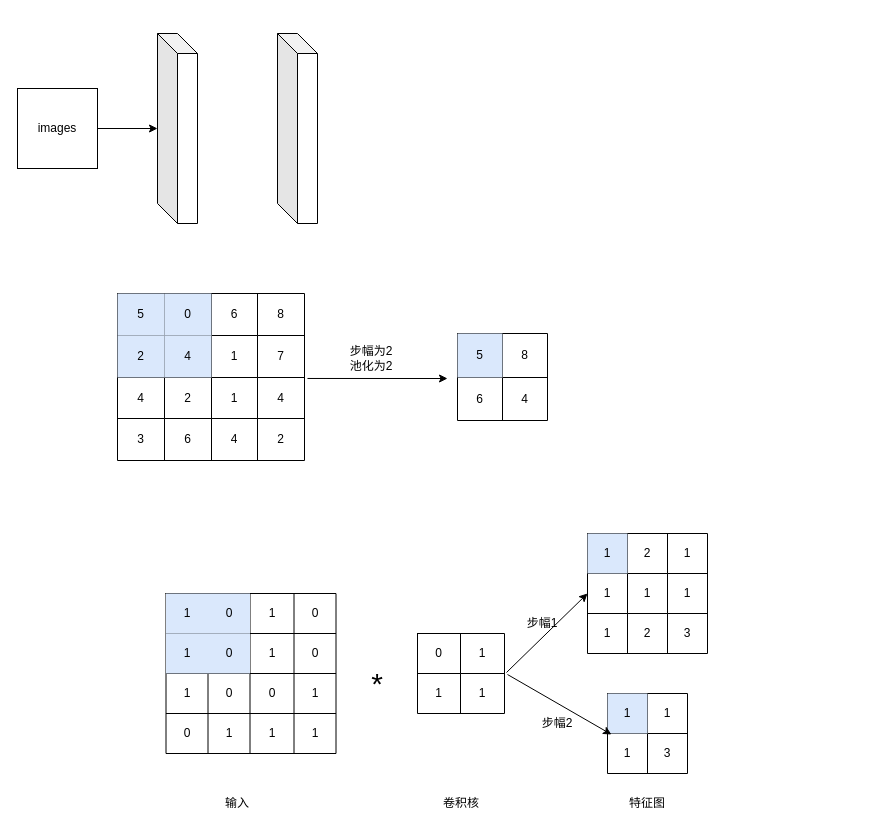
This is CNN.drawio from x-junkang/images, a draw.io file, before an edit. Source tidied: cells renumbered, new cells numbered last; positions are measured from the earlier drawing's top-left corner, leaving out a move shared by most shapes. Both pictures are drawn from the tidied source at 100%, with x=0, y=0 at pixel (17, 33).
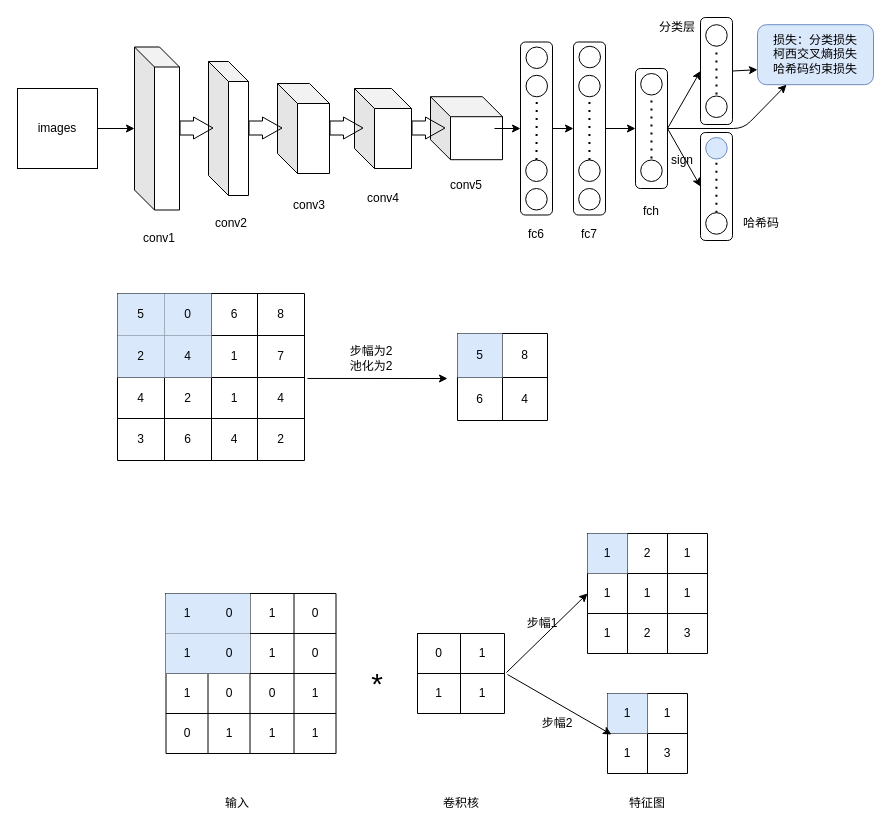
After the change.

Diff of the diagram source:
```diff
@@
-    <mxCell id="2" style="shape=cube;whiteSpace=wrap;html=1;boundedLbl=1;backgroundOutline=1;darkOpacity=0.05;darkOpacity2=0.1;" parent="1" vertex="1">
-      <mxGeometry x="140" width="40" height="190" as="geometry" />
+    <mxCell id="2" style="shape=cube;whiteSpace=wrap;html=1;boundedLbl=1;backgroundOutline=1;darkOpacity=0.05;darkOpacity2=0.1;flipH=0;flipV=0;" parent="1" vertex="1">
+      <mxGeometry x="117" y="13.5" width="45" height="163" as="geometry" />
     </mxCell>
@@
     <mxCell id="5" style="shape=cube;whiteSpace=wrap;html=1;boundedLbl=1;backgroundOutline=1;darkOpacity=0.05;darkOpacity2=0.1;" parent="1" vertex="1">
-      <mxGeometry x="260" width="40" height="190" as="geometry" />
+      <mxGeometry x="191" y="28" width="40" height="134" as="geometry" />
     </mxCell>
@@
+    <mxCell id="92" style="shape=cube;whiteSpace=wrap;html=1;boundedLbl=1;backgroundOutline=1;darkOpacity=0.05;darkOpacity2=0.1;" parent="1" vertex="1">
+      <mxGeometry x="260" y="50" width="52" height="90" as="geometry" />
+    </mxCell>
+    <mxCell id="93" style="shape=cube;whiteSpace=wrap;html=1;boundedLbl=1;backgroundOutline=1;darkOpacity=0.05;darkOpacity2=0.1;" parent="1" vertex="1">
+      <mxGeometry x="337" y="55" width="57" height="80" as="geometry" />
+    </mxCell>
+    <mxCell id="94" style="shape=cube;whiteSpace=wrap;html=1;boundedLbl=1;backgroundOutline=1;darkOpacity=0.05;darkOpacity2=0.1;" parent="1" vertex="1">
+      <mxGeometry x="413" y="63.2" width="72" height="63" as="geometry" />
+    </mxCell>
+    <mxCell id="95" style="rounded=1;whiteSpace=wrap;html=1;" parent="1" vertex="1">
+      <mxGeometry x="503" y="8.5" width="32" height="173" as="geometry" />
+    </mxCell>
+    <mxCell id="96" style="rounded=1;whiteSpace=wrap;html=1;" parent="1" vertex="1">
+      <mxGeometry x="618" y="35" width="32" height="120" as="geometry" />
+    </mxCell>
+    <mxCell id="97" style="ellipse;whiteSpace=wrap;html=1;" parent="1" vertex="1">
+      <mxGeometry x="508.5" y="13.5" width="21.5" height="21.5" as="geometry" />
+    </mxCell>
+    <mxCell id="98" style="ellipse;whiteSpace=wrap;html=1;" parent="1" vertex="1">
+      <mxGeometry x="508.5" y="41.8" width="21.5" height="21.5" as="geometry" />
+    </mxCell>
+    <mxCell id="99" style="ellipse;whiteSpace=wrap;html=1;" parent="1" vertex="1">
+      <mxGeometry x="508.2" y="155" width="21.5" height="21.5" as="geometry" />
+    </mxCell>
+    <mxCell id="100" style="ellipse;whiteSpace=wrap;html=1;" parent="1" vertex="1">
+      <mxGeometry x="508.2" y="126.5" width="21.5" height="21.5" as="geometry" />
+    </mxCell>
+    <mxCell id="101" style="endArrow=none;dashed=1;html=1;dashPattern=1 3;strokeWidth=2;entryX=0.5;entryY=1;entryDx=0;entryDy=0;exitX=0.5;exitY=0;exitDx=0;exitDy=0;" parent="1" edge="1">
+      <mxGeometry relative="1" as="geometry">
+        <mxPoint x="562" y="112.2" as="sourcePoint" />
+        <mxPoint x="562" y="53.2" as="targetPoint" />
+      </mxGeometry>
+    </mxCell>
+    <mxCell id="102" style="rounded=1;whiteSpace=wrap;html=1;" parent="1" vertex="1">
+      <mxGeometry x="556" y="8.5" width="32" height="173" as="geometry" />
+    </mxCell>
+    <mxCell id="103" style="ellipse;whiteSpace=wrap;html=1;" parent="1" vertex="1">
+      <mxGeometry x="561.5" y="12.8" width="21.5" height="21.5" as="geometry" />
+    </mxCell>
+    <mxCell id="104" style="ellipse;whiteSpace=wrap;html=1;" parent="1" vertex="1">
+      <mxGeometry x="561.2" y="41.8" width="21.5" height="21.5" as="geometry" />
+    </mxCell>
+    <mxCell id="105" style="ellipse;whiteSpace=wrap;html=1;" parent="1" vertex="1">
+      <mxGeometry x="561.2" y="155" width="21.5" height="21.5" as="geometry" />
+    </mxCell>
+    <mxCell id="106" style="ellipse;whiteSpace=wrap;html=1;" parent="1" vertex="1">
+      <mxGeometry x="561.2" y="126.5" width="21.5" height="21.5" as="geometry" />
+    </mxCell>
+    <mxCell id="107" style="endArrow=none;dashed=1;html=1;dashPattern=1 3;strokeWidth=2;entryX=0.5;entryY=1;entryDx=0;entryDy=0;exitX=0.5;exitY=0;exitDx=0;exitDy=0;" parent="1" edge="1" source="100" target="98">
+      <mxGeometry relative="1" as="geometry" />
+    </mxCell>
+    <mxCell id="108" style="endArrow=none;dashed=1;html=1;dashPattern=1 3;strokeWidth=2;entryX=0.5;entryY=1;entryDx=0;entryDy=0;exitX=0.5;exitY=0;exitDx=0;exitDy=0;" parent="1" edge="1" source="106" target="104">
+      <mxGeometry relative="1" as="geometry" />
+    </mxCell>
+    <mxCell id="109" style="endArrow=classic;html=1;exitX=1;exitY=0.5;exitDx=0;exitDy=0;entryX=0;entryY=0.5;entryDx=0;entryDy=0;" parent="1" edge="1" source="95" target="102">
+      <mxGeometry relative="1" as="geometry" />
+    </mxCell>
+    <mxCell id="110" style="ellipse;whiteSpace=wrap;html=1;" parent="1" vertex="1">
+      <mxGeometry x="623.2" y="40" width="21.5" height="21.5" as="geometry" />
+    </mxCell>
+    <mxCell id="111" style="ellipse;whiteSpace=wrap;html=1;" parent="1" vertex="1">
+      <mxGeometry x="623.2" y="126.5" width="21.5" height="21.5" as="geometry" />
+    </mxCell>
+    <mxCell id="112" style="endArrow=none;dashed=1;html=1;dashPattern=1 3;strokeWidth=2;entryX=0.5;entryY=1;entryDx=0;entryDy=0;" parent="1" edge="1" target="110">
+      <mxGeometry relative="1" as="geometry">
+        <mxPoint x="634" y="125" as="sourcePoint" />
+      </mxGeometry>
+    </mxCell>
+    <mxCell id="113" style="endArrow=classic;html=1;exitX=1;exitY=0.5;exitDx=0;exitDy=0;entryX=0;entryY=0.5;entryDx=0;entryDy=0;" parent="1" edge="1" source="102" target="96">
+      <mxGeometry relative="1" as="geometry" />
+    </mxCell>
+    <mxCell id="114" style="shape=flexArrow;endArrow=classic;html=1;width=14;endSize=6.17;endWidth=7;" parent="1" edge="1">
+      <mxGeometry relative="1" as="geometry">
+        <mxPoint x="162" y="94.5" as="sourcePoint" />
+        <mxPoint x="196" y="94.5" as="targetPoint" />
+      </mxGeometry>
+    </mxCell>
+    <mxCell id="115" style="shape=flexArrow;endArrow=classic;html=1;width=14;endSize=6.17;endWidth=7;" parent="1" edge="1">
+      <mxGeometry relative="1" as="geometry">
+        <mxPoint x="231" y="94.5" as="sourcePoint" />
+        <mxPoint x="265" y="94.5" as="targetPoint" />
+      </mxGeometry>
+    </mxCell>
+    <mxCell id="116" style="shape=flexArrow;endArrow=classic;html=1;width=14;endSize=6.17;endWidth=7;" parent="1" edge="1">
+      <mxGeometry relative="1" as="geometry">
+        <mxPoint x="312" y="94.5" as="sourcePoint" />
+        <mxPoint x="346" y="94.5" as="targetPoint" />
+      </mxGeometry>
+    </mxCell>
+    <mxCell id="117" style="shape=flexArrow;endArrow=classic;html=1;width=14;endSize=6.17;endWidth=7;" parent="1" edge="1">
+      <mxGeometry relative="1" as="geometry">
+        <mxPoint x="394" y="94.5" as="sourcePoint" />
+        <mxPoint x="428" y="94.5" as="targetPoint" />
+      </mxGeometry>
+    </mxCell>
+    <mxCell id="118" style="endArrow=classic;html=1;entryX=0;entryY=0.5;entryDx=0;entryDy=0;" parent="1" edge="1" target="95">
+      <mxGeometry relative="1" as="geometry">
+        <mxPoint x="477" y="95" as="sourcePoint" />
+      </mxGeometry>
+    </mxCell>
+    <mxCell id="119" style="rounded=1;whiteSpace=wrap;html=1;" parent="1" vertex="1">
+      <mxGeometry x="683" y="-16" width="32" height="107" as="geometry" />
+    </mxCell>
+    <mxCell id="120" style="ellipse;whiteSpace=wrap;html=1;" parent="1" vertex="1">
+      <mxGeometry x="688.2" y="-8.8" width="21.5" height="21.5" as="geometry" />
+    </mxCell>
+    <mxCell id="121" style="ellipse;whiteSpace=wrap;html=1;" parent="1" vertex="1">
+      <mxGeometry x="688.2" y="62.5" width="21.5" height="21.5" as="geometry" />
+    </mxCell>
+    <mxCell id="122" style="endArrow=none;dashed=1;html=1;dashPattern=1 3;strokeWidth=2;entryX=0.5;entryY=1;entryDx=0;entryDy=0;" parent="1" edge="1" target="120">
+      <mxGeometry relative="1" as="geometry">
+        <mxPoint x="699" y="61" as="sourcePoint" />
+      </mxGeometry>
+    </mxCell>
+    <mxCell id="123" style="rounded=1;whiteSpace=wrap;html=1;" parent="1" vertex="1">
+      <mxGeometry x="683" y="99" width="32" height="108" as="geometry" />
+    </mxCell>
+    <mxCell id="124" style="ellipse;whiteSpace=wrap;html=1;fillColor=#dae8fc;strokeColor=#6c8ebf;" parent="1" vertex="1">
+      <mxGeometry x="688.2" y="104" width="21.5" height="21.5" as="geometry" />
+    </mxCell>
+    <mxCell id="125" style="endArrow=none;dashed=1;html=1;dashPattern=1 3;strokeWidth=2;entryX=0.5;entryY=1;entryDx=0;entryDy=0;startArrow=none;exitX=0.5;exitY=0;exitDx=0;exitDy=0;" parent="1" edge="1" source="131" target="124">
+      <mxGeometry relative="1" as="geometry" />
+    </mxCell>
+    <mxCell id="126" value="conv1" style="text;html=1;strokeColor=none;fillColor=none;align=center;verticalAlign=middle;whiteSpace=wrap;rounded=0;" parent="1" vertex="1">
+      <mxGeometry x="122" y="195" width="40" height="20" as="geometry" />
+    </mxCell>
+    <mxCell id="127" value="conv2" style="text;html=1;strokeColor=none;fillColor=none;align=center;verticalAlign=middle;whiteSpace=wrap;rounded=0;" parent="1" vertex="1">
+      <mxGeometry x="194" y="180" width="40" height="20" as="geometry" />
+    </mxCell>
+    <mxCell id="128" value="conv3" style="text;html=1;strokeColor=none;fillColor=none;align=center;verticalAlign=middle;whiteSpace=wrap;rounded=0;" parent="1" vertex="1">
+      <mxGeometry x="272" y="161.5" width="40" height="20" as="geometry" />
+    </mxCell>
+    <mxCell id="129" value="conv4" style="text;html=1;strokeColor=none;fillColor=none;align=center;verticalAlign=middle;whiteSpace=wrap;rounded=0;" parent="1" vertex="1">
+      <mxGeometry x="346" y="155" width="40" height="20" as="geometry" />
+    </mxCell>
+    <mxCell id="130" value="conv5" style="text;html=1;strokeColor=none;fillColor=none;align=center;verticalAlign=middle;whiteSpace=wrap;rounded=0;" parent="1" vertex="1">
+      <mxGeometry x="429" y="142" width="40" height="20" as="geometry" />
+    </mxCell>
+    <mxCell id="131" style="ellipse;whiteSpace=wrap;html=1;" parent="1" vertex="1">
+      <mxGeometry x="688.2" y="179.2" width="21.5" height="21.5" as="geometry" />
+    </mxCell>
+    <mxCell id="132" style="endArrow=classic;html=1;entryX=0;entryY=0.5;entryDx=0;entryDy=0;exitX=1;exitY=0.5;exitDx=0;exitDy=0;" parent="1" edge="1" source="96" target="119">
+      <mxGeometry relative="1" as="geometry" />
+    </mxCell>
+    <mxCell id="133" style="endArrow=classic;html=1;exitX=1;exitY=0.5;exitDx=0;exitDy=0;entryX=0;entryY=0.5;entryDx=0;entryDy=0;" parent="1" edge="1" source="96" target="123">
+      <mxGeometry relative="1" as="geometry" />
+    </mxCell>
+    <mxCell id="134" value="fc6" style="text;html=1;strokeColor=none;fillColor=none;align=center;verticalAlign=middle;whiteSpace=wrap;rounded=0;" parent="1" vertex="1">
+      <mxGeometry x="499" y="191" width="40" height="20" as="geometry" />
+    </mxCell>
+    <mxCell id="135" value="fc7" style="text;html=1;strokeColor=none;fillColor=none;align=center;verticalAlign=middle;whiteSpace=wrap;rounded=0;" parent="1" vertex="1">
+      <mxGeometry x="552" y="191" width="40" height="20" as="geometry" />
+    </mxCell>
+    <mxCell id="136" value="fch" style="text;html=1;strokeColor=none;fillColor=none;align=center;verticalAlign=middle;whiteSpace=wrap;rounded=0;" parent="1" vertex="1">
+      <mxGeometry x="614" y="168" width="40" height="20" as="geometry" />
+    </mxCell>
+    <mxCell id="137" value="分类层" style="text;html=1;strokeColor=none;fillColor=none;align=center;verticalAlign=middle;whiteSpace=wrap;rounded=0;" parent="1" vertex="1">
+      <mxGeometry x="640" y="-16" width="40" height="20" as="geometry" />
+    </mxCell>
+    <mxCell id="138" value="sign" style="text;html=1;strokeColor=none;fillColor=none;align=center;verticalAlign=middle;whiteSpace=wrap;rounded=0;" parent="1" vertex="1">
+      <mxGeometry x="645" y="117" width="40" height="20" as="geometry" />
+    </mxCell>
+    <mxCell id="139" value="哈希码" style="text;html=1;strokeColor=none;fillColor=none;align=center;verticalAlign=middle;whiteSpace=wrap;rounded=0;" parent="1" vertex="1">
+      <mxGeometry x="724" y="180" width="40" height="20" as="geometry" />
+    </mxCell>
+    <mxCell id="140" value="&lt;div&gt;&lt;span&gt;损失：分类损失&lt;/span&gt;&lt;/div&gt;&lt;div&gt;&lt;span&gt;柯西交叉熵损失&lt;/span&gt;&lt;/div&gt;&lt;div&gt;&lt;span&gt;哈希码约束损失&lt;/span&gt;&lt;/div&gt;" style="rounded=1;whiteSpace=wrap;html=1;align=center;fillColor=#dae8fc;strokeColor=#6c8ebf;" parent="1" vertex="1">
+      <mxGeometry x="740" y="-8.8" width="116" height="60" as="geometry" />
+    </mxCell>
+    <mxCell id="141" style="endArrow=classic;html=1;exitX=1;exitY=0.5;exitDx=0;exitDy=0;entryX=0.25;entryY=1;entryDx=0;entryDy=0;" parent="1" edge="1" source="96" target="140">
+      <mxGeometry relative="1" as="geometry">
+        <Array as="points">
+          <mxPoint x="726" y="95" />
+        </Array>
+      </mxGeometry>
+    </mxCell>
+    <mxCell id="142" style="endArrow=classic;html=1;exitX=1;exitY=0.5;exitDx=0;exitDy=0;entryX=0;entryY=0.75;entryDx=0;entryDy=0;" parent="1" edge="1" source="119" target="140">
+      <mxGeometry relative="1" as="geometry" />
+    </mxCell>
```
